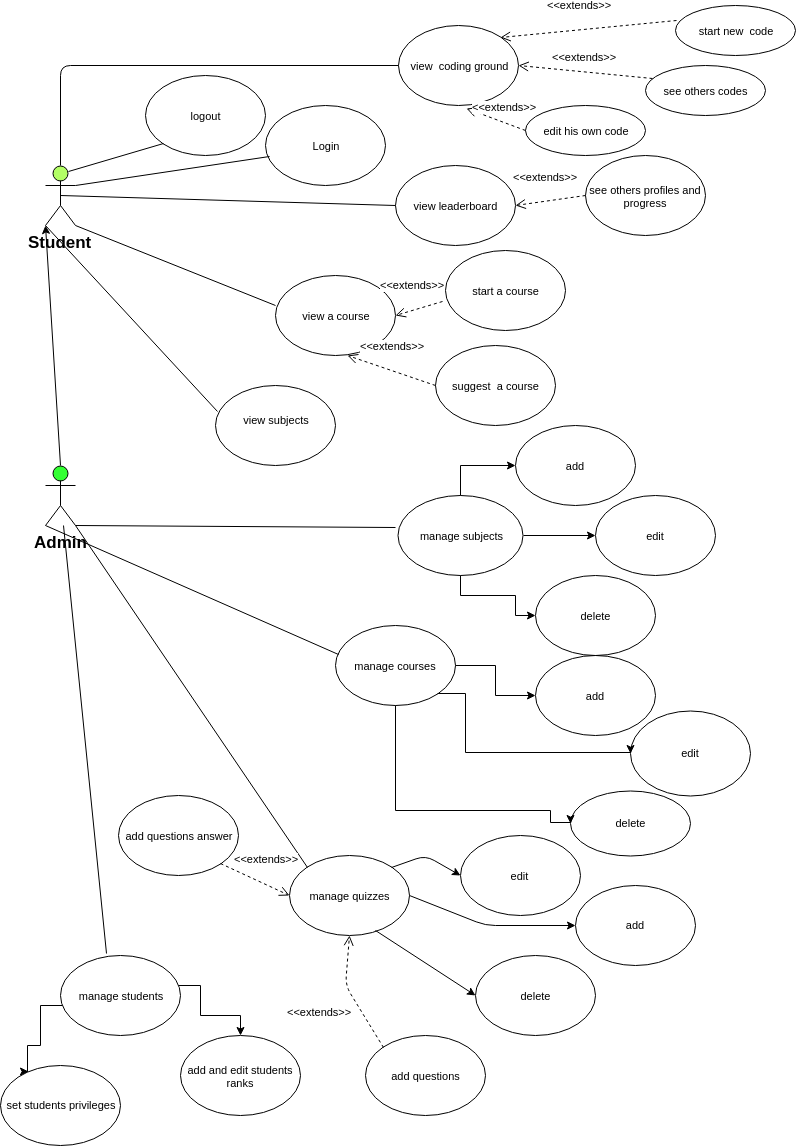
Above: uml_diagrams/use case.png in abderrahmaneMustapha/Learno (draw.io), before the change. Source tidied: cells renumbered, new cells last; positions are measured from the earlier drawing's top-left corner, leaving out a move shared by most shapes.
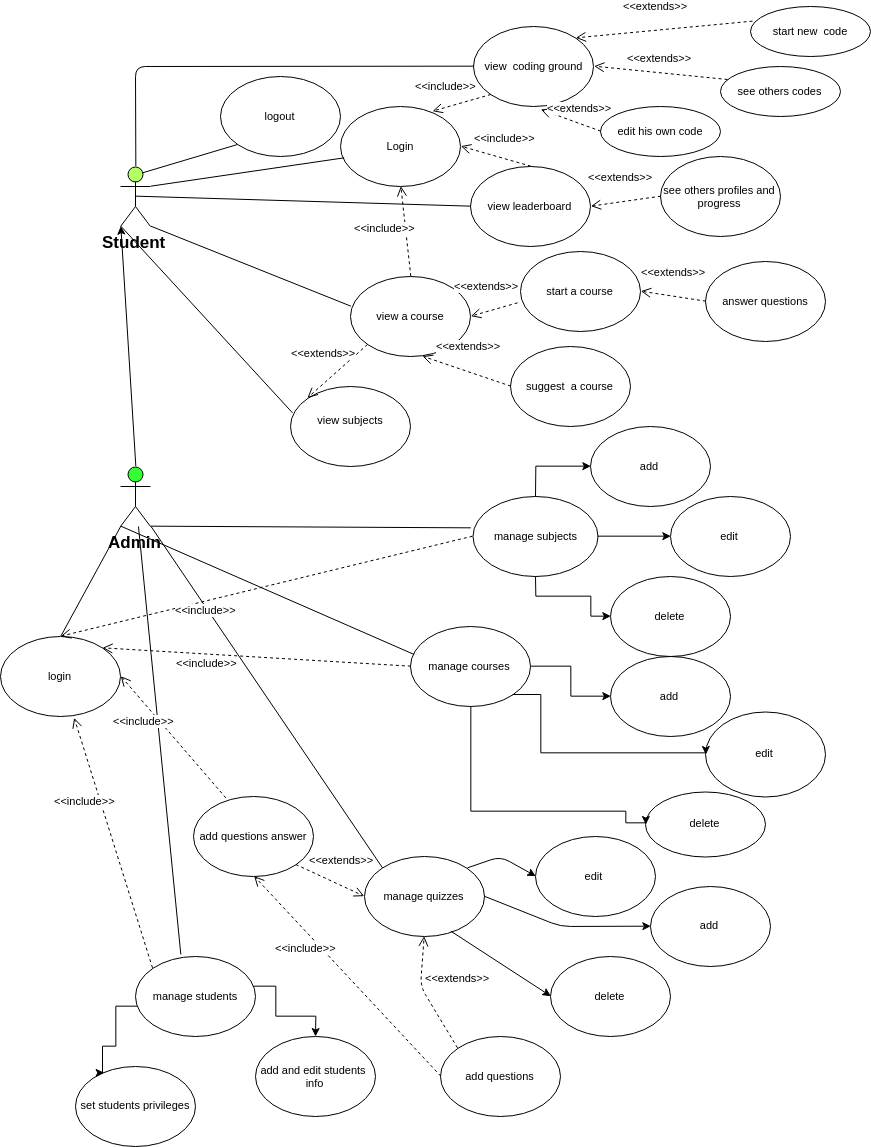
After the change.

Commit message:
add sequence diagram

The edit, as a diff of the source:
```diff
@@ -83,15 +83,15 @@
     <mxCell id="26" value="manage quizzes" style="ellipse;whiteSpace=wrap;html=1;fillColor=none;fontSize=11;" parent="1" vertex="1">
       <mxGeometry x="289" y="850" width="120" height="80" as="geometry" />
     </mxCell>
-    <mxCell id="27" style="edgeStyle=orthogonalEdgeStyle;rounded=0;jettySize=auto;html=1;fontSize=11;" parent="1" edge="1" source="29" target="59">
-      <mxGeometry relative="1" as="geometry">
-        <Array as="points">
-          <mxPoint x="200" y="980" />
-          <mxPoint x="200" y="1010" />
-          <mxPoint x="240" y="1010" />
-        </Array>
-      </mxGeometry>
-    </mxCell>
+    <mxCell id="63" style="edgeStyle=orthogonalEdgeStyle;rounded=0;jettySize=auto;html=1;fontSize=11;" parent="1" edge="1" source="29" target="64">
+      <mxGeometry relative="1" as="geometry">
+        <Array as="points">
+          <mxPoint x="200" y="980" />
+          <mxPoint x="200" y="1010" />
+          <mxPoint x="240" y="1010" />
+        </Array>
+      </mxGeometry>
+    </mxCell>
     <mxCell id="28" style="edgeStyle=orthogonalEdgeStyle;rounded=0;jettySize=auto;html=1;entryX=0.232;entryY=0.077;entryDx=0;entryDy=0;entryPerimeter=0;fontSize=11;" parent="1" edge="1" source="29" target="60">
       <mxGeometry relative="1" as="geometry">
         <Array as="points">
@@ -209,19 +209,19 @@
       <mxGeometry relative="1" as="geometry" />
     </mxCell>
     <mxCell id="57" value="&amp;lt;&amp;lt;extends&amp;gt;&amp;gt;" style="html=1;verticalAlign=bottom;endArrow=open;dashed=1;endSize=8;fontSize=11;entryX=0.5;entryY=1;entryDx=0;entryDy=0;exitX=0;exitY=0;exitDx=0;exitDy=0;" parent="1" edge="1" source="58" target="26">
-      <mxGeometry x="0.08" y="30" relative="1" as="geometry">
+      <mxGeometry x="0.22" y="-37" relative="1" as="geometry">
         <Array as="points">
           <mxPoint x="345" y="980" />
         </Array>
-        <mxPoint x="-3" y="14" as="offset" />
+        <mxPoint y="1" as="offset" />
       </mxGeometry>
     </mxCell>
     <mxCell id="58" value="add questions" style="ellipse;whiteSpace=wrap;html=1;fillColor=none;fontSize=11;" parent="1" vertex="1">
       <mxGeometry x="365" y="1030" width="120" height="80" as="geometry" />
     </mxCell>
-    <mxCell id="59" value="add and edit students ranks" style="ellipse;whiteSpace=wrap;html=1;fillColor=none;fontSize=11;" parent="1" vertex="1">
-      <mxGeometry x="180" y="1030" width="120" height="80" as="geometry" />
-    </mxCell>
+    <mxCell id="64" value="add and edit students&amp;nbsp;&lt;br&gt;info&lt;br&gt;" style="ellipse;whiteSpace=wrap;html=1;fillColor=none;fontSize=11;" parent="1" vertex="1">
+      <mxGeometry x="180" y="1030" width="120" height="80" as="geometry" />
+    </mxCell>
     <mxCell id="60" value="set students privileges" style="ellipse;whiteSpace=wrap;html=1;fillColor=none;fontSize=11;" parent="1" vertex="1">
       <mxGeometry y="1059.5" width="120" height="80" as="geometry" />
     </mxCell>
@@ -233,5 +233,46 @@
     <mxCell id="62" value="add questions answer" style="ellipse;whiteSpace=wrap;html=1;fillColor=none;fontSize=11;" parent="1" vertex="1">
       <mxGeometry x="118" y="790" width="120" height="80" as="geometry" />
     </mxCell>
+    <mxCell id="65" value="&amp;lt;&amp;lt;include&amp;gt;&amp;gt;" style="html=1;verticalAlign=bottom;endArrow=open;dashed=1;endSize=8;fontSize=11;exitX=0;exitY=1;exitDx=0;exitDy=0;entryX=0.764;entryY=0.049;entryDx=0;entryDy=0;entryPerimeter=0;" parent="1" edge="1" source="34" target="5">
+      <mxGeometry x="0.44" y="-12" relative="1" as="geometry" />
+    </mxCell>
+    <mxCell id="66" value="&amp;lt;&amp;lt;include&amp;gt;&amp;gt;" style="html=1;verticalAlign=bottom;endArrow=open;dashed=1;endSize=8;fontSize=11;exitX=0.5;exitY=0;exitDx=0;exitDy=0;entryX=1;entryY=0.5;entryDx=0;entryDy=0;" parent="1" edge="1" source="9" target="5">
+      <mxGeometry x="-0.18" y="-12" relative="1" as="geometry" />
+    </mxCell>
+    <mxCell id="67" value="&amp;lt;&amp;lt;include&amp;gt;&amp;gt;" style="html=1;verticalAlign=bottom;endArrow=open;dashed=1;endSize=8;fontSize=11;exitX=0.5;exitY=0;exitDx=0;exitDy=0;entryX=0.5;entryY=1;entryDx=0;entryDy=0;" parent="1" edge="1" source="6" target="5">
+      <mxGeometry x="-0.07" y="21" relative="1" as="geometry">
+        <mxPoint y="-1" as="offset" />
+      </mxGeometry>
+    </mxCell>
+    <mxCell id="68" value="answer questions" style="ellipse;whiteSpace=wrap;html=1;fillColor=none;fontSize=11;" parent="1" vertex="1">
+      <mxGeometry x="630" y="255" width="120" height="80" as="geometry" />
+    </mxCell>
+    <mxCell id="69" value="&amp;lt;&amp;lt;extends&amp;gt;&amp;gt;" style="html=1;verticalAlign=bottom;endArrow=open;dashed=1;endSize=8;fontSize=11;exitX=0;exitY=0.5;exitDx=0;exitDy=0;entryX=1;entryY=0.5;entryDx=0;entryDy=0;" parent="1" edge="1" source="68" target="11">
+      <mxGeometry x="0.08" y="-16" relative="1" as="geometry" />
+    </mxCell>
+    <mxCell id="70" value="&amp;lt;&amp;lt;extends&amp;gt;&amp;gt;" style="html=1;verticalAlign=bottom;endArrow=open;dashed=1;endSize=8;fontSize=11;exitX=0;exitY=1;exitDx=0;exitDy=0;entryX=0;entryY=0;entryDx=0;entryDy=0;" parent="1" edge="1" source="6" target="12">
+      <mxGeometry x="0.08" y="-16" relative="1" as="geometry" />
+    </mxCell>
+    <mxCell id="71" value="&amp;lt;&amp;lt;include&amp;gt;&amp;gt;" style="html=1;verticalAlign=bottom;endArrow=open;dashed=1;endSize=8;fontSize=11;entryX=0.5;entryY=1;entryDx=0;entryDy=0;exitX=0;exitY=0.5;exitDx=0;exitDy=0;" parent="1" edge="1" source="58" target="62">
+      <mxGeometry x="0.31" y="17" relative="1" as="geometry" />
+    </mxCell>
+    <mxCell id="72" value="login" style="ellipse;whiteSpace=wrap;html=1;fillColor=none;fontSize=11;" parent="1" vertex="1">
+      <mxGeometry x="-75" y="630" width="120" height="80" as="geometry" />
+    </mxCell>
+    <mxCell id="73" style="endArrow=none;html=1;fontSize=11;entryX=0.5;entryY=0;entryDx=0;entryDy=0;exitX=0;exitY=1;exitDx=0;exitDy=0;exitPerimeter=0;" parent="1" edge="1" source="3" target="72">
+      <mxGeometry relative="1" as="geometry" />
+    </mxCell>
+    <mxCell id="74" value="&amp;lt;&amp;lt;include&amp;gt;&amp;gt;" style="html=1;verticalAlign=bottom;endArrow=open;dashed=1;endSize=8;fontSize=11;entryX=1;entryY=0.5;entryDx=0;entryDy=0;exitX=0.272;exitY=0.022;exitDx=0;exitDy=0;exitPerimeter=0;" parent="1" edge="1" source="62" target="72">
+      <mxGeometry x="0.31" y="17" relative="1" as="geometry" />
+    </mxCell>
+    <mxCell id="75" value="&amp;lt;&amp;lt;include&amp;gt;&amp;gt;" style="html=1;verticalAlign=bottom;endArrow=open;dashed=1;endSize=8;fontSize=11;entryX=1;entryY=0;entryDx=0;entryDy=0;exitX=0;exitY=0.5;exitDx=0;exitDy=0;" parent="1" edge="1" source="21" target="72">
+      <mxGeometry x="0.31" y="17" relative="1" as="geometry" />
+    </mxCell>
+    <mxCell id="76" value="&amp;lt;&amp;lt;include&amp;gt;&amp;gt;" style="html=1;verticalAlign=bottom;endArrow=open;dashed=1;endSize=8;fontSize=11;entryX=0.5;entryY=0;entryDx=0;entryDy=0;exitX=0;exitY=0.5;exitDx=0;exitDy=0;" parent="1" edge="1" source="25" target="72">
+      <mxGeometry x="0.31" y="17" relative="1" as="geometry" />
+    </mxCell>
+    <mxCell id="77" value="&amp;lt;&amp;lt;include&amp;gt;&amp;gt;" style="html=1;verticalAlign=bottom;endArrow=open;dashed=1;endSize=8;fontSize=11;entryX=0.618;entryY=1.019;entryDx=0;entryDy=0;exitX=0;exitY=0;exitDx=0;exitDy=0;entryPerimeter=0;" parent="1" edge="1" source="29" target="72">
+      <mxGeometry x="0.31" y="17" relative="1" as="geometry" />
+    </mxCell>
   </root>
 </mxGraphModel>
```
